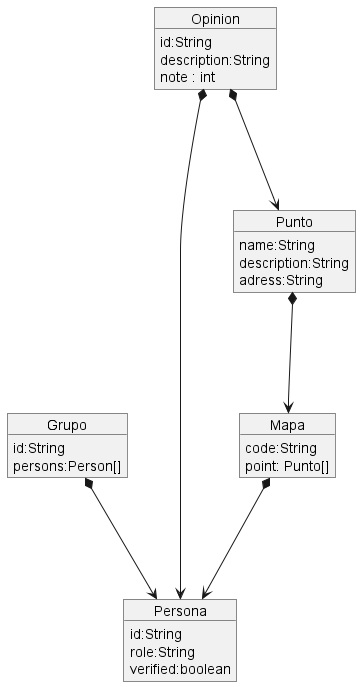
Above: images/ModeloDeDominio.png in Arquisoft/lomap_es5a (PlantUML), before the change. Its diagram source:
```plantuml
@startuml

object Persona{
    id:String
    role:String
    verified:boolean
}
object Grupo{
    id:String
    persons:Person[]
}

object Punto{
    name:String
    description:String
    adress:String
}

object Mapa{
    code:String
    point: Punto[]
}

object Opinion{
    id:String
    description:String
    note : int
}

Opinion *--->Persona
Opinion *--->Punto
Punto *--->Mapa
Mapa *--->Persona
Grupo *---> Persona

@enduml
```
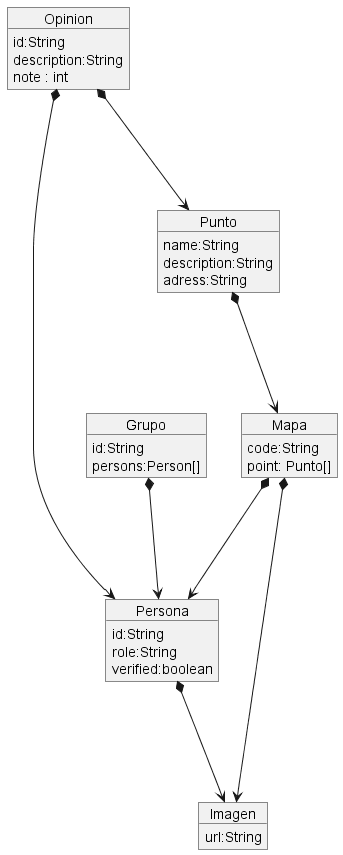
The same diagram one commit later.

Diff of the diagram source:
```diff
@@ -27,10 +27,15 @@
     note : int
 }
 
+object Imagen{
+    url:String
+}
+
 Opinion *--->Persona
 Opinion *--->Punto
 Punto *--->Mapa
 Mapa *--->Persona
 Grupo *---> Persona
-
+Persona *--->Imagen
+Mapa *--->Imagen
 @enduml
```
